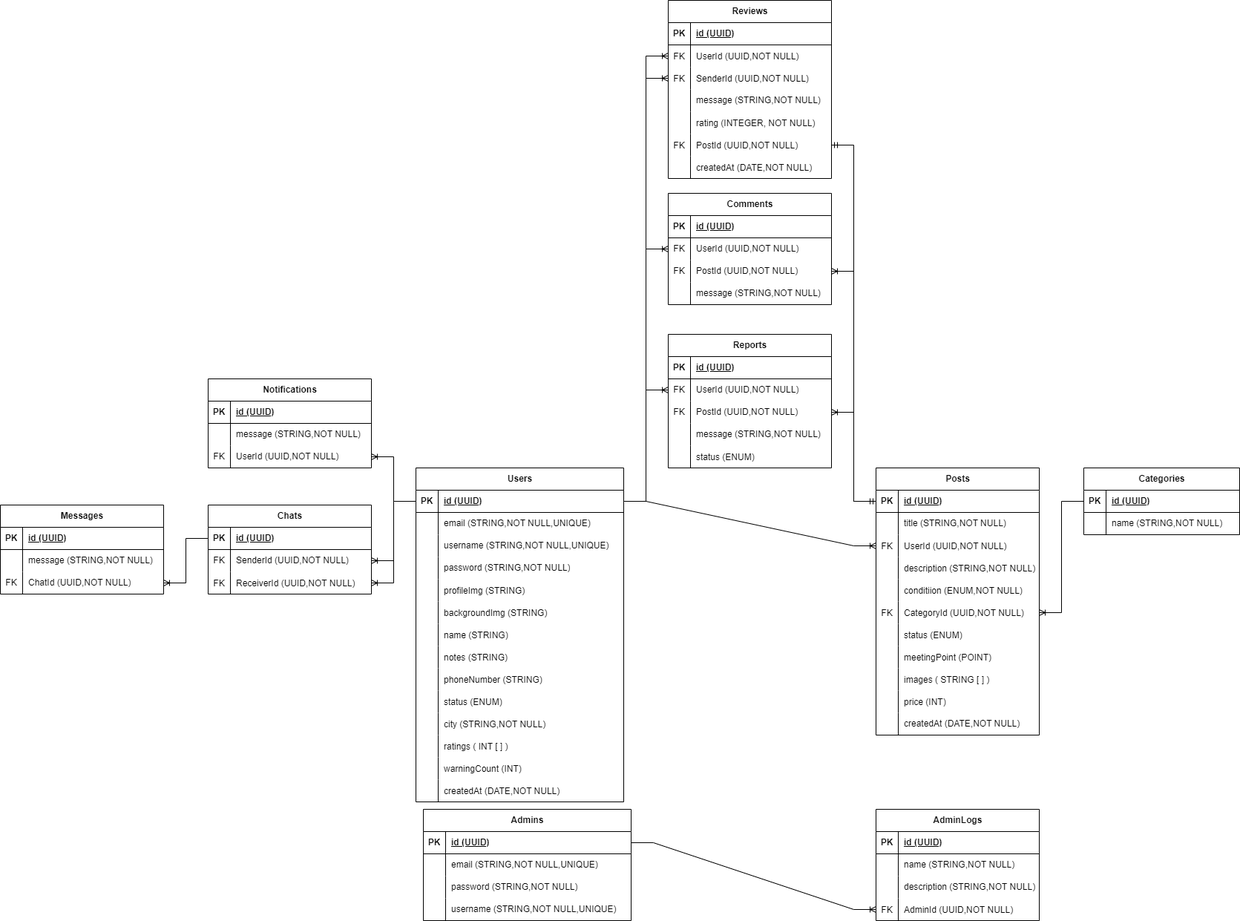
Earlier version of the draw.io export schema_erd.png (TukarMainan/server). Source tidied: cells renumbered, new cells last; positions are measured from the earlier drawing's top-left corner, leaving out a move shared by most shapes.
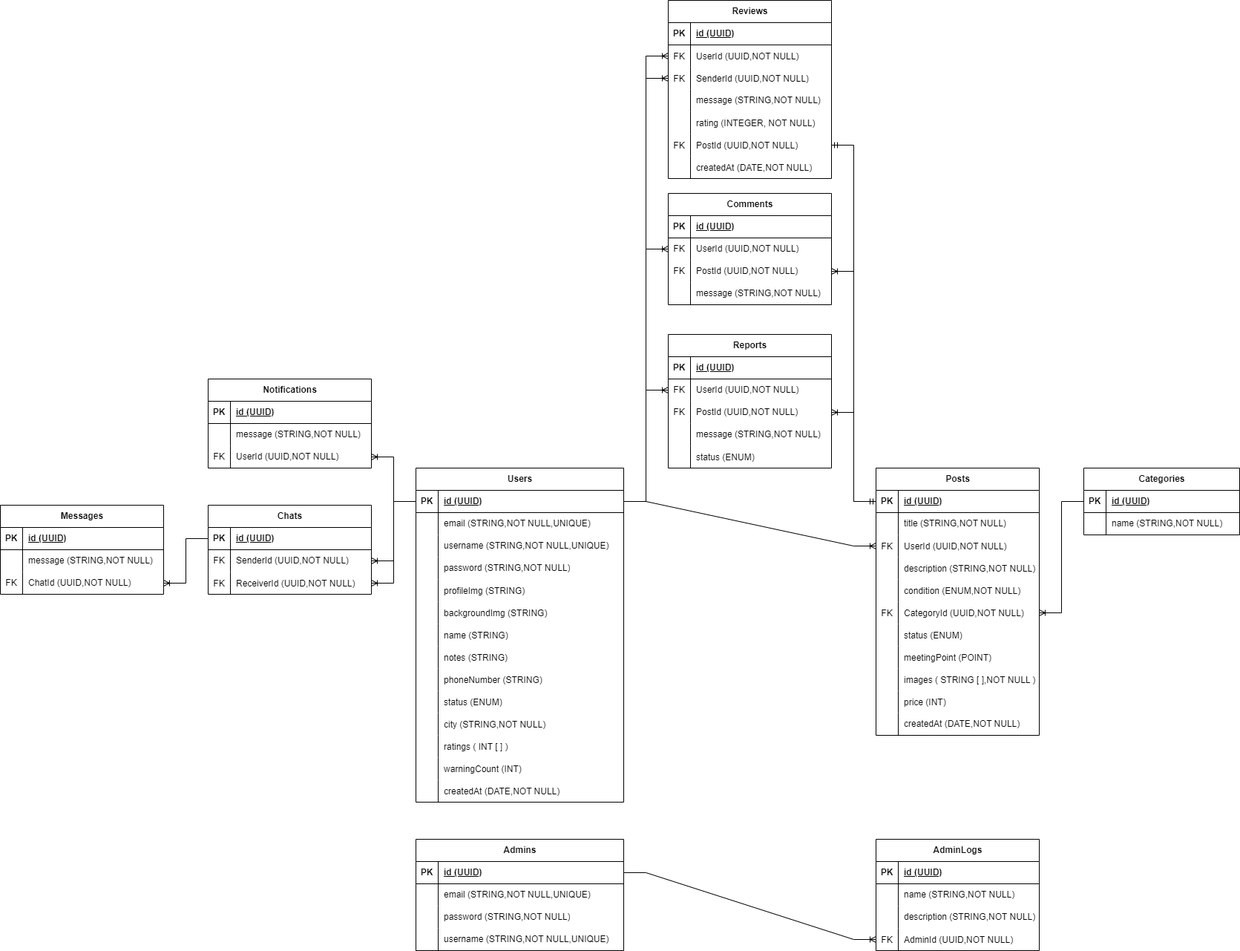
Above is the later version.

Commit message:
refactor: update schema_erd set images to not null

The edit, as a diff of the source:
```diff
@@ -176,7 +176,7 @@
     <mxCell id="59" style="shape=partialRectangle;fillColor=none;top=0;left=0;bottom=0;right=0;overflow=hidden;" parent="58" vertex="1">
       <mxGeometry width="30" height="30" as="geometry" />
     </mxCell>
-    <mxCell id="60" value="conditiion (ENUM,NOT NULL)" style="shape=partialRectangle;fillColor=none;top=0;left=0;bottom=0;right=0;align=left;spacingLeft=6;overflow=hidden;" parent="58" vertex="1">
+    <mxCell id="60" value="condition (ENUM,NOT NULL)" style="shape=partialRectangle;fillColor=none;top=0;left=0;bottom=0;right=0;align=left;spacingLeft=6;overflow=hidden;" parent="58" vertex="1">
       <mxGeometry x="30" width="190" height="30" as="geometry" />
     </mxCell>
     <mxCell id="61" style="shape=tableRow;horizontal=0;startSize=0;swimlaneHead=0;swimlaneBody=0;fillColor=none;points=[[0,0.5],[1,0.5]];portConstraint=eastwest;top=0;left=0;right=0;bottom=0;" parent="45" vertex="1">
@@ -212,7 +212,7 @@
     <mxCell id="71" style="shape=partialRectangle;fillColor=none;top=0;left=0;bottom=0;right=0;overflow=hidden;" parent="70" vertex="1">
       <mxGeometry width="30" height="30" as="geometry" />
     </mxCell>
-    <mxCell id="72" value="images ( STRING [ ] )" style="shape=partialRectangle;fillColor=none;top=0;left=0;bottom=0;right=0;align=left;spacingLeft=6;overflow=hidden;" parent="70" vertex="1">
+    <mxCell id="72" value="images ( STRING [ ],NOT NULL )" style="shape=partialRectangle;fillColor=none;top=0;left=0;bottom=0;right=0;align=left;spacingLeft=6;overflow=hidden;" parent="70" vertex="1">
       <mxGeometry x="30" width="190" height="30" as="geometry" />
     </mxCell>
     <mxCell id="73" style="shape=tableRow;horizontal=0;startSize=0;swimlaneHead=0;swimlaneBody=0;fillColor=none;top=0;left=0;right=0;bottom=0;" parent="45" vertex="1">
@@ -234,7 +234,7 @@
       <mxGeometry x="30" width="190" height="30" as="geometry" />
     </mxCell>
     <mxCell id="79" value="Admins" style="shape=table;startSize=30;rowLines=0;fontStyle=1;align=center;html=1;" parent="1" vertex="1">
-      <mxGeometry x="570" y="1090" width="280" height="150" as="geometry" />
+      <mxGeometry x="560" y="1130" width="280" height="150" as="geometry" />
     </mxCell>
     <mxCell id="80" style="shape=tableRow;horizontal=0;startSize=0;swimlaneHead=0;swimlaneBody=0;fillColor=none;points=[[0,0.5],[1,0.5]];portConstraint=eastwest;top=0;left=0;right=0;bottom=1;" parent="79" vertex="1">
       <mxGeometry y="30" width="280" height="30" as="geometry" />
@@ -576,7 +576,7 @@
       <mxGeometry relative="1" as="geometry" />
     </mxCell>
     <mxCell id="193" value="AdminLogs" style="shape=table;startSize=30;rowLines=0;fontStyle=1;align=center;html=1;" parent="1" vertex="1">
-      <mxGeometry x="1180" y="1090" width="220" height="150" as="geometry" />
+      <mxGeometry x="1180" y="1130" width="220" height="150" as="geometry" />
     </mxCell>
     <mxCell id="194" style="shape=tableRow;horizontal=0;startSize=0;swimlaneHead=0;swimlaneBody=0;fillColor=none;top=0;left=0;right=0;bottom=1;" parent="193" vertex="1">
       <mxGeometry y="30" width="220" height="30" as="geometry" />
```
